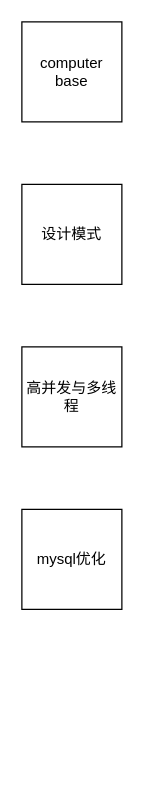
The draw.io diagram 提纲.drawio in yuchunyi/test1, before the edit. Source tidied: cells renumbered, new cells numbered last; positions are measured from the earlier drawing's top-left corner, leaving out a move shared by most shapes. Both pictures are drawn from the tidied source at 125%, with x=0, y=0 at pixel (21, 21).
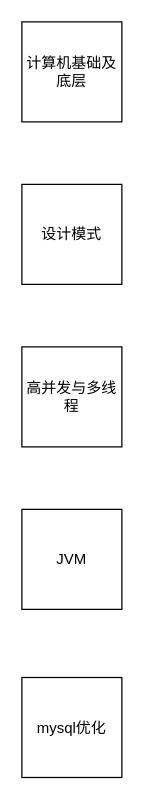
After the change.

What changed in the source:
```diff
@@
 <mxGraphModel>
   <root>
     <mxCell id="0" />
     <mxCell id="1" parent="0" />
-    <mxCell id="2" value="computer base" style="whiteSpace=wrap;html=1;" parent="1" vertex="1">
+    <mxCell id="2" value="计算机基础及底层" style="whiteSpace=wrap;html=1;" parent="1" vertex="1">
       <mxGeometry width="80" height="80" as="geometry" />
     </mxCell>
     <mxCell id="3" value="设计模式" style="whiteSpace=wrap;html=1;" parent="1" vertex="1">
       <mxGeometry y="130" width="80" height="80" as="geometry" />
     </mxCell>
     <mxCell id="4" value="高并发与多线程" style="whiteSpace=wrap;html=1;" parent="1" vertex="1">
       <mxGeometry y="260" width="80" height="80" as="geometry" />
     </mxCell>
     <mxCell id="5" value="mysql优化" style="whiteSpace=wrap;html=1;" parent="1" vertex="1">
-      <mxGeometry y="390" width="80" height="80" as="geometry" />
+      <mxGeometry y="524.5" width="80" height="80" as="geometry" />
     </mxCell>
+    <mxCell id="6" value="JVM" style="whiteSpace=wrap;html=1;" parent="1" vertex="1">
+      <mxGeometry y="390" width="80" height="80" as="geometry" />
+    </mxCell>
   </root>
 </mxGraphModel>
```
